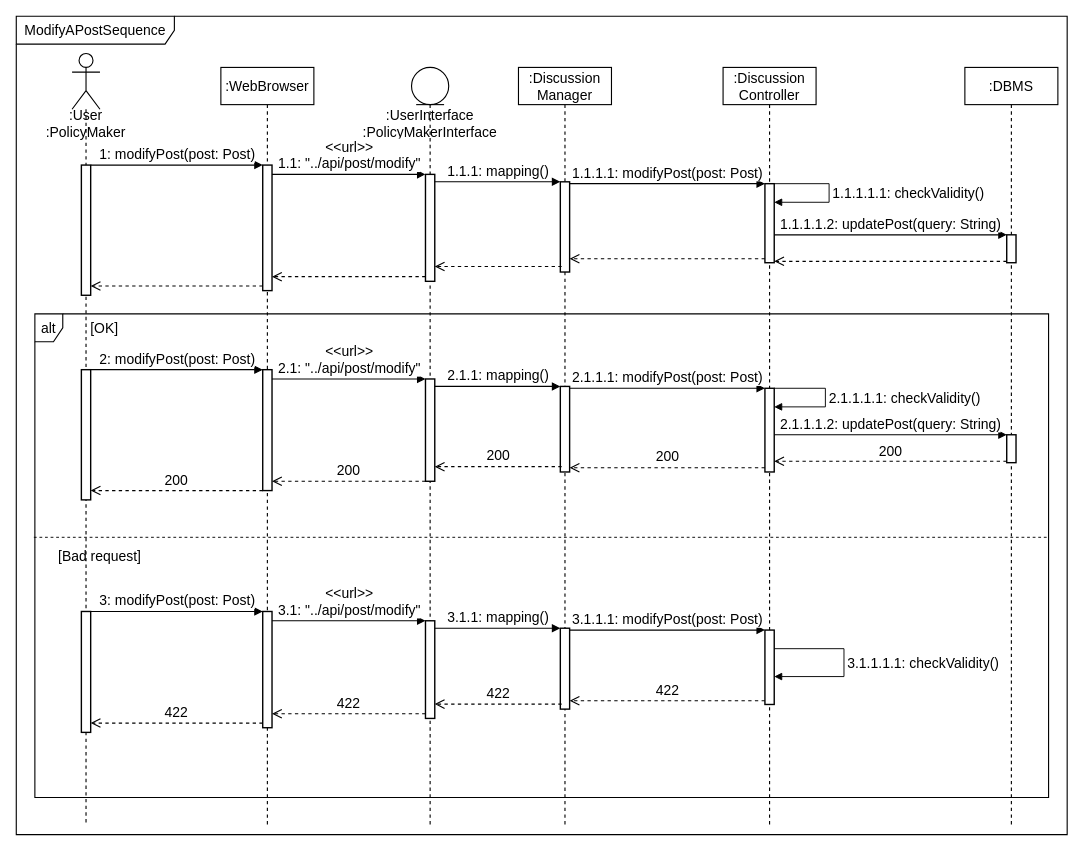
The draw.io diagram page "ModifyAPost" (6 of 18) of DD Diagrams/RunTimeViewDiagram.drawio in matteovisotto/SE2-CecchettoSirianiVisotto, before the edit. Source tidied: cells renumbered, new cells numbered last; positions are measured from the earlier drawing's top-left corner, leaving out a move shared by most shapes. Both pictures are drawn from the tidied source at 93%, with x=0, y=0 at pixel (16, 16).
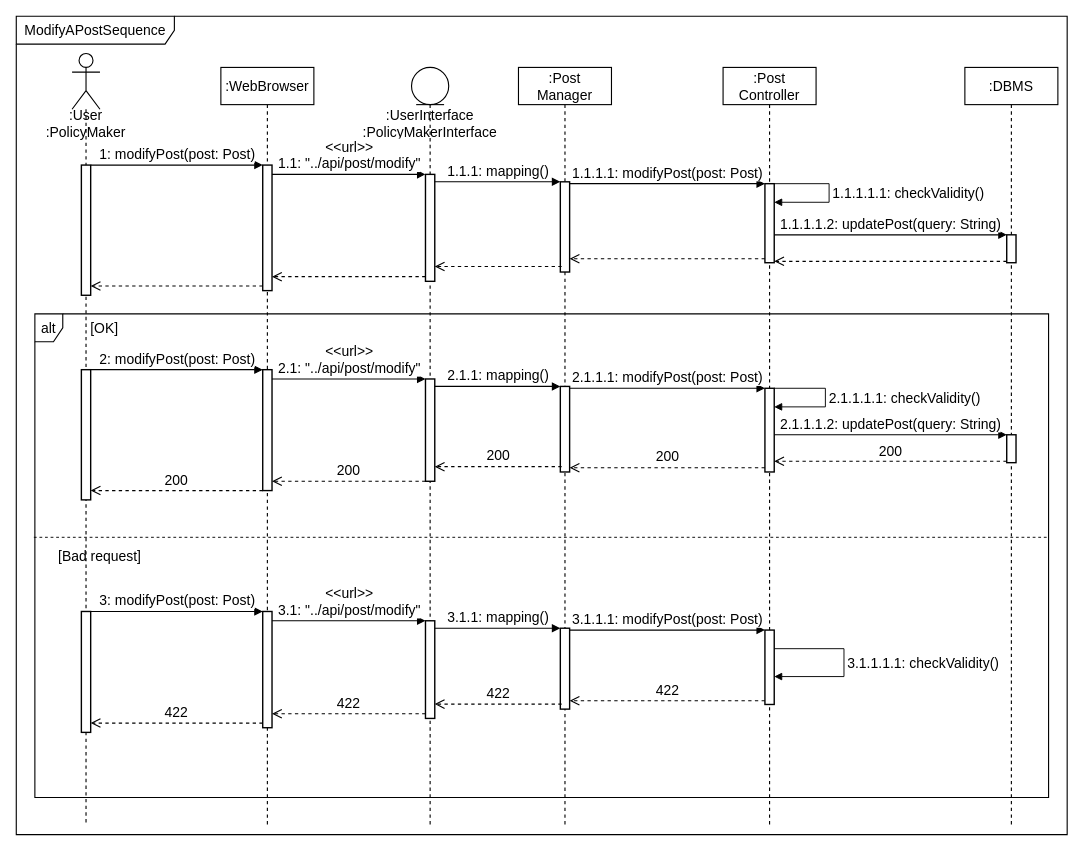
Above is the later version.

Diff of the diagram source:
```diff
@@
-    <mxCell id="6" value=":Discussion&lt;br style=&quot;font-size: 15px;&quot;&gt;Controller" style="shape=umlLifeline;perimeter=lifelinePerimeter;whiteSpace=wrap;html=1;strokeWidth=1.2;fontSize=15;" parent="1" vertex="1">
+    <mxCell id="6" value=":Post&lt;br style=&quot;font-size: 15px&quot;&gt;Controller" style="shape=umlLifeline;perimeter=lifelinePerimeter;whiteSpace=wrap;html=1;strokeWidth=1.2;fontSize=15;" parent="1" vertex="1">
       <mxGeometry x="760" y="55" width="100" height="815" as="geometry" />
     </mxCell>
@@
-    <mxCell id="9" value=":Discussion&lt;br style=&quot;font-size: 15px;&quot;&gt;Manager" style="shape=umlLifeline;perimeter=lifelinePerimeter;whiteSpace=wrap;html=1;strokeWidth=1.2;fontSize=15;" parent="1" vertex="1">
+    <mxCell id="9" value=":Post&lt;br style=&quot;font-size: 15px&quot;&gt;Manager" style="shape=umlLifeline;perimeter=lifelinePerimeter;whiteSpace=wrap;html=1;strokeWidth=1.2;fontSize=15;" parent="1" vertex="1">
       <mxGeometry x="540" y="55" width="100" height="815" as="geometry" />
     </mxCell>
```
